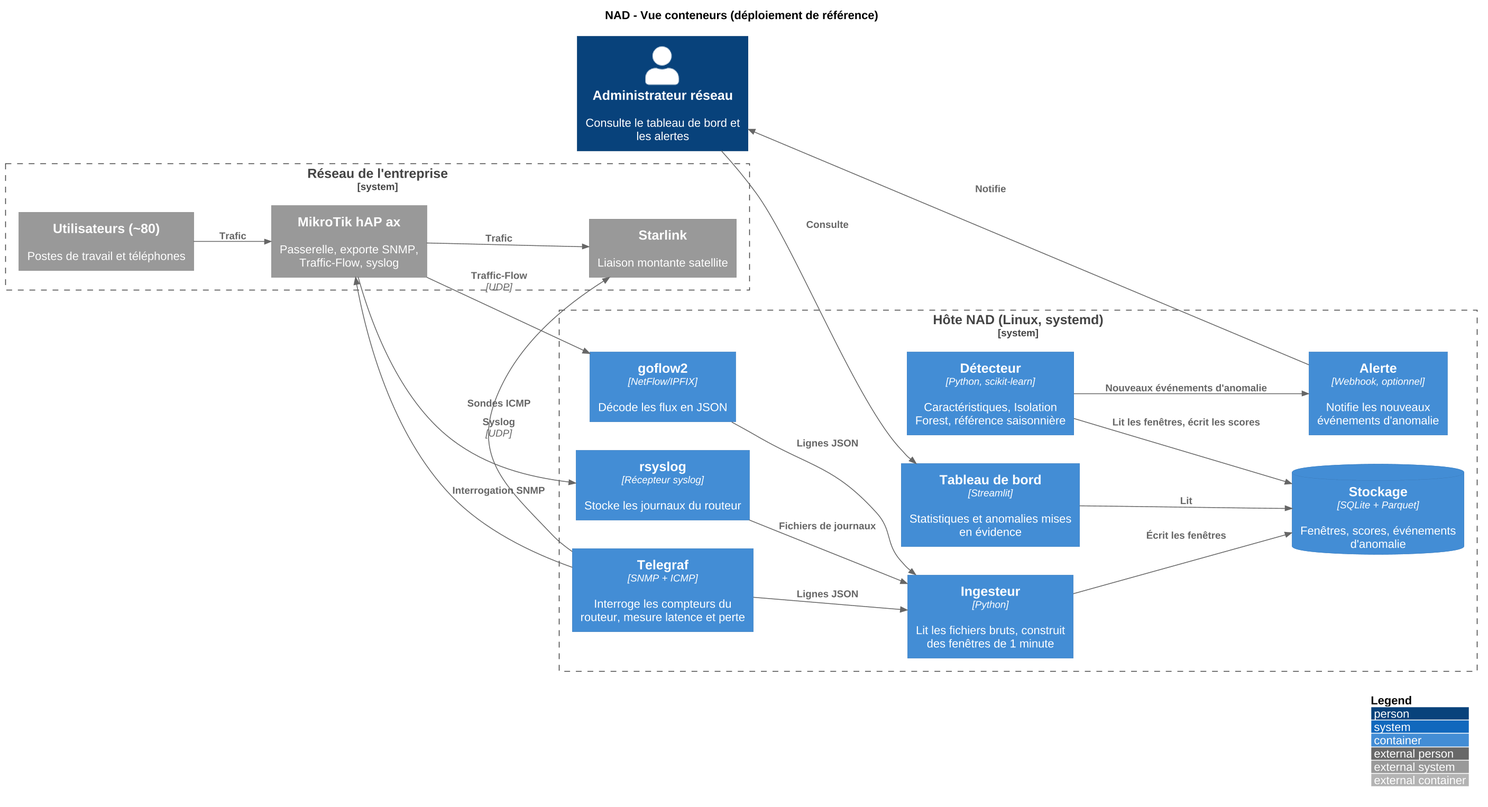
The PlantUML diagram docs/diagrams/nad-containers-fr.png in RStephanH/NAD, before a commit.
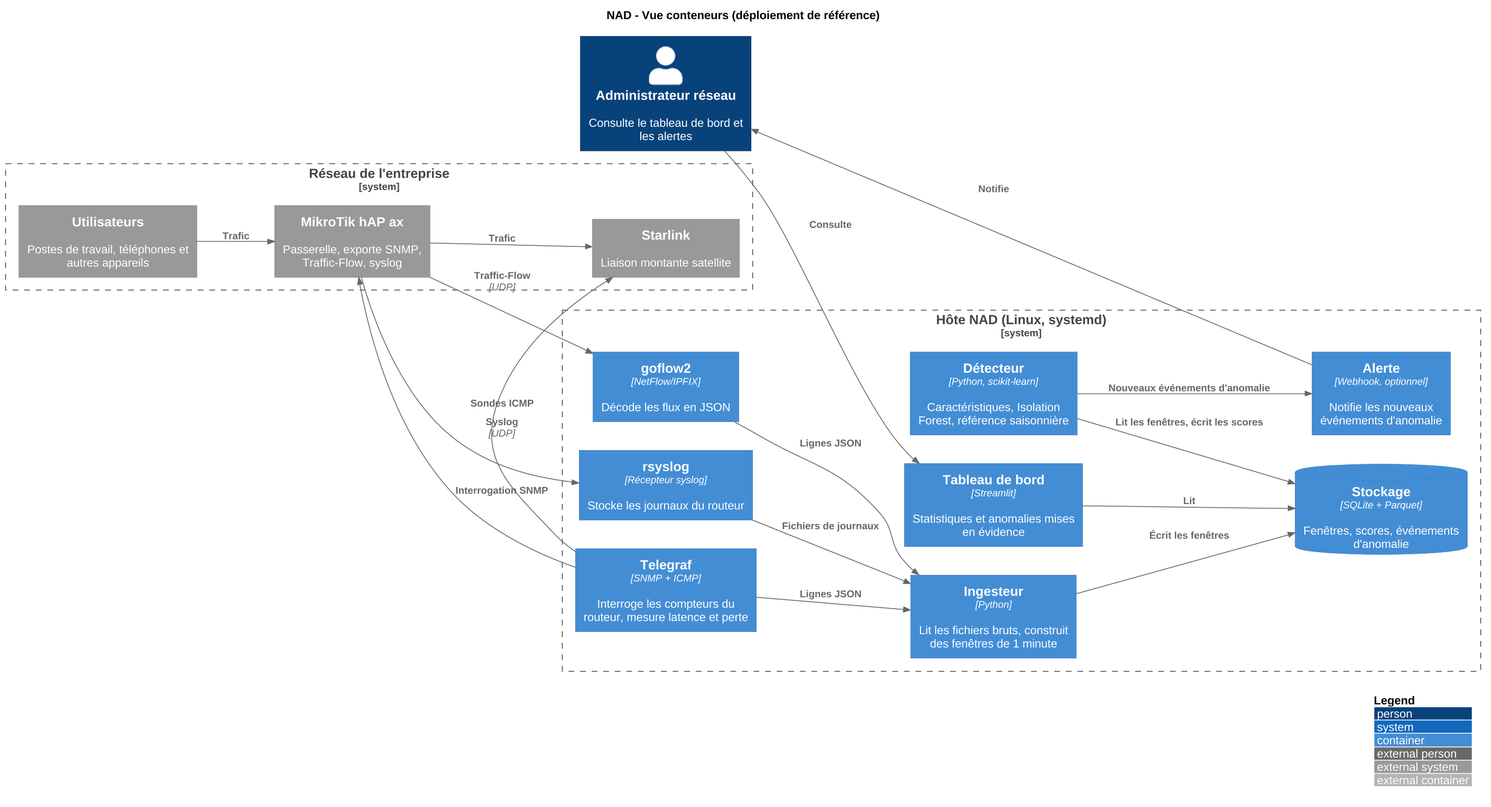
Later version of the same file.

Change to the diagram source:
```diff
@@ -9,7 +9,7 @@
 Person(admin, "Administrateur réseau", "Consulte le tableau de bord et les alertes")
 
 System_Boundary(site, "Réseau de l'entreprise") {
-  System_Ext(users, "Utilisateurs (~80)", "Postes de travail et téléphones")
+  System_Ext(users, "Utilisateurs", "Postes de travail, téléphones et autres appareils")
   System_Ext(gateway, "MikroTik hAP ax", "Passerelle, exporte SNMP, Traffic-Flow, syslog")
   System_Ext(uplink, "Starlink", "Liaison montante satellite")
 }
```
